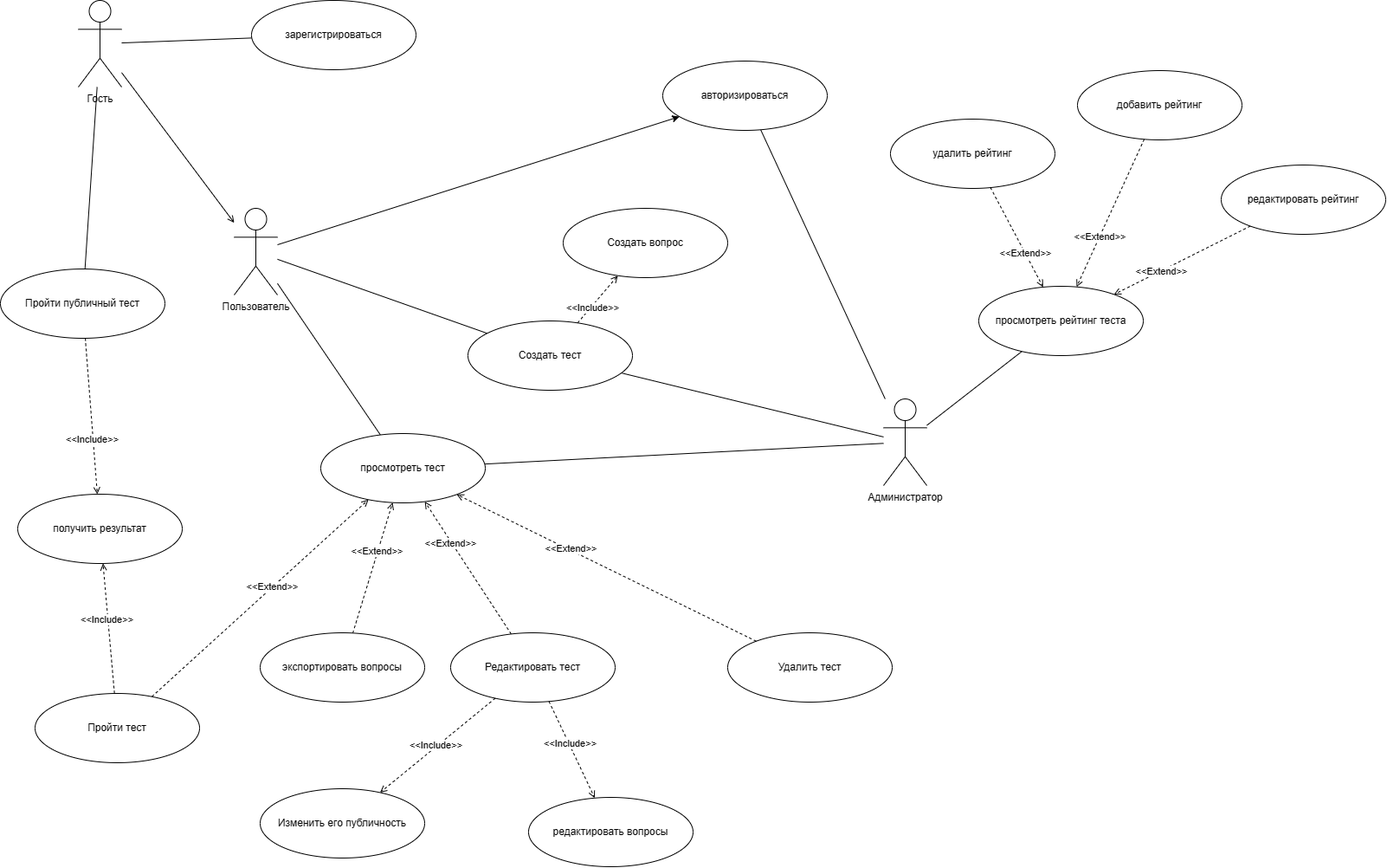
alrx31/ExamineConstructor keeps this draw.io diagram as Diagrams/use case.png. Above is the earlier version. Source tidied: cells renumbered, new cells last; positions are measured from the earlier drawing's top-left corner, leaving out a move shared by most shapes.
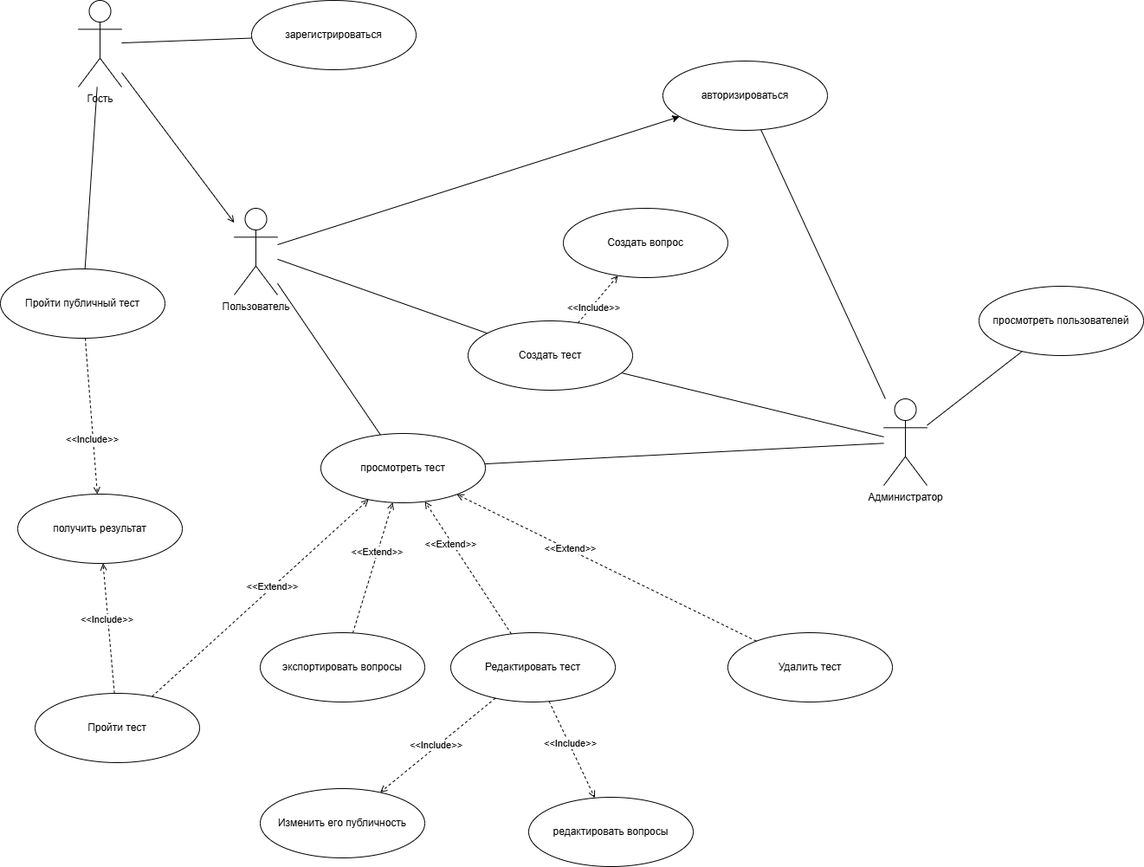
The same diagram one commit later.

Commit message:
fix diagrams and use case

The edit, as a diff of the source:
```diff
@@ -101,16 +101,7 @@
     <mxCell id="34" value="Создать тест" style="ellipse;whiteSpace=wrap;html=1;" parent="1" vertex="1">
       <mxGeometry x="540" y="370" width="190" height="80" as="geometry" />
     </mxCell>
-    <mxCell id="35" style="rounded=0;jettySize=auto;html=1;dashed=1;endArrow=open;endFill=0;" parent="1" edge="1" source="37" target="38">
-      <mxGeometry relative="1" as="geometry" />
-    </mxCell>
-    <mxCell id="36" value="&amp;lt;&amp;lt;Extend&amp;gt;&amp;gt;" style="edgeLabel;html=1;align=center;verticalAlign=middle;" parent="35" vertex="1">
-      <mxGeometry x="0.32" relative="1" as="geometry" />
-    </mxCell>
-    <mxCell id="37" value="редактировать рейтинг" style="ellipse;whiteSpace=wrap;html=1;" parent="1" vertex="1">
-      <mxGeometry x="1410" y="190" width="190" height="80" as="geometry" />
-    </mxCell>
-    <mxCell id="38" value="просмотреть рейтинг теста" style="ellipse;whiteSpace=wrap;html=1;" parent="1" vertex="1">
+    <mxCell id="38" value="просмотреть пользователей" style="ellipse;whiteSpace=wrap;html=1;" parent="1" vertex="1">
       <mxGeometry x="1130" y="330" width="190" height="80" as="geometry" />
     </mxCell>
     <mxCell id="39" value="получить результат" style="ellipse;whiteSpace=wrap;html=1;" parent="1" vertex="1">
@@ -148,23 +139,5 @@
         <mxPoint x="1" as="offset" />
       </mxGeometry>
     </mxCell>
-    <mxCell id="50" value="удалить рейтинг" style="ellipse;whiteSpace=wrap;html=1;" parent="1" vertex="1">
-      <mxGeometry x="1028" y="137" width="190" height="80" as="geometry" />
-    </mxCell>
-    <mxCell id="51" style="rounded=0;jettySize=auto;html=1;dashed=1;endArrow=open;endFill=0;" parent="1" edge="1" source="50" target="38">
-      <mxGeometry relative="1" as="geometry" />
-    </mxCell>
-    <mxCell id="52" value="&amp;lt;&amp;lt;Extend&amp;gt;&amp;gt;" style="edgeLabel;html=1;align=center;verticalAlign=middle;" parent="51" vertex="1">
-      <mxGeometry x="0.32" relative="1" as="geometry" />
-    </mxCell>
-    <mxCell id="53" value="добавить рейтинг" style="ellipse;whiteSpace=wrap;html=1;" parent="1" vertex="1">
-      <mxGeometry x="1244" y="81" width="190" height="80" as="geometry" />
-    </mxCell>
-    <mxCell id="54" style="rounded=0;jettySize=auto;html=1;dashed=1;endArrow=open;endFill=0;" parent="1" edge="1" source="53" target="38">
-      <mxGeometry relative="1" as="geometry" />
-    </mxCell>
-    <mxCell id="55" value="&amp;lt;&amp;lt;Extend&amp;gt;&amp;gt;" style="edgeLabel;html=1;align=center;verticalAlign=middle;" parent="54" vertex="1">
-      <mxGeometry x="0.32" relative="1" as="geometry" />
-    </mxCell>
   </root>
 </mxGraphModel>
```
